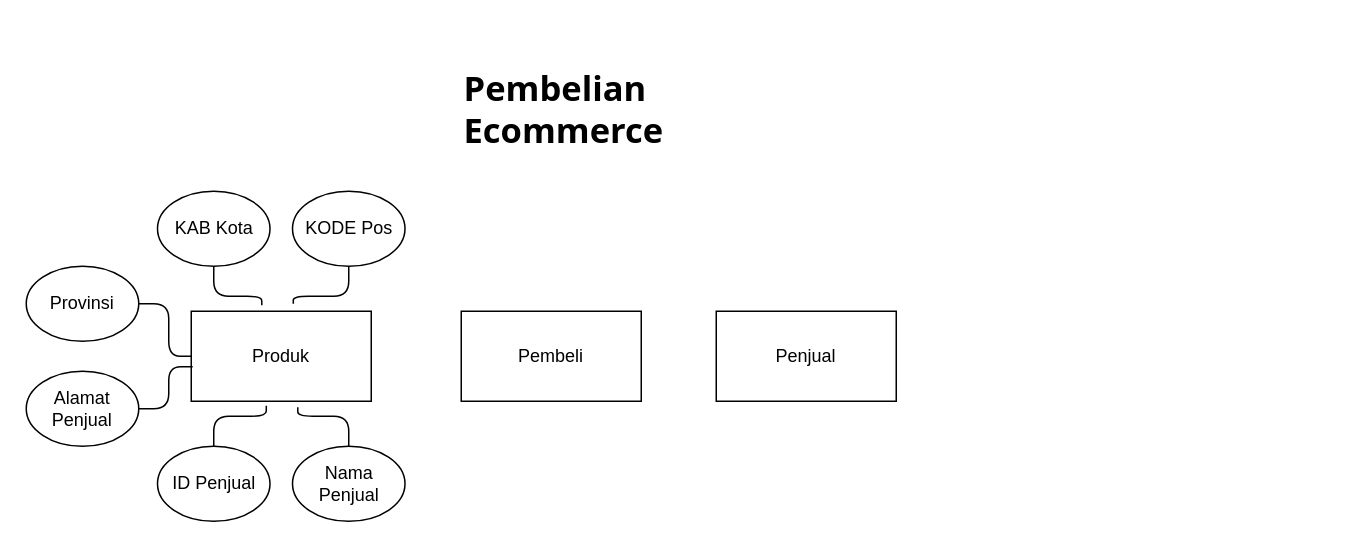
Before: Untitled Diagram.drawio in Virtue1040/TEST, a draw.io diagram. Source tidied: cells renumbered, new cells numbered last; positions are measured from the earlier drawing's top-left corner, leaving out a move shared by most shapes. Both pictures are drawn from the tidied source at 150%, with x=0, y=0 at pixel (26, 40).
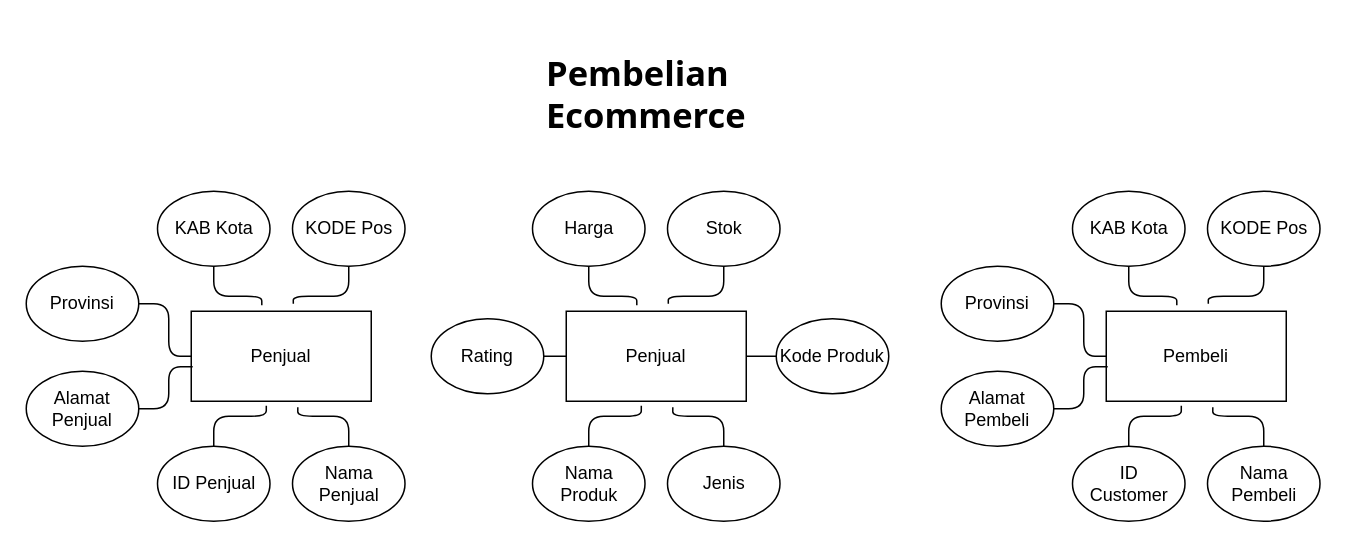
The same diagram, later.

Change to the diagram source:
```diff
@@
     <mxCell id="2" value="Pembelian Ecommerce" style="text;strokeColor=none;align=left;fillColor=none;html=1;verticalAlign=middle;whiteSpace=wrap;rounded=0;fontSize=23;fontFamily=Tahoma;fontStyle=1;" parent="1" vertex="1">
-      <mxGeometry x="290" width="220" height="90" as="geometry" />
+      <mxGeometry x="345" y="-10" width="220" height="90" as="geometry" />
     </mxCell>
-    <mxCell id="3" value="Produk" style="rounded=0;whiteSpace=wrap;html=1;" parent="1" vertex="1">
+    <mxCell id="3" value="Penjual" style="rounded=0;whiteSpace=wrap;html=1;" parent="1" vertex="1">
       <mxGeometry x="110" y="180" width="120" height="60" as="geometry" />
     </mxCell>
-    <mxCell id="4" value="Pembeli" style="rounded=0;whiteSpace=wrap;html=1;" parent="1" vertex="1">
-      <mxGeometry x="290" y="180" width="120" height="60" as="geometry" />
-    </mxCell>
-    <mxCell id="5" value="Penjual" style="rounded=0;whiteSpace=wrap;html=1;" parent="1" vertex="1">
-      <mxGeometry x="460" y="180" width="120" height="60" as="geometry" />
-    </mxCell>
@@
+    <mxCell id="5" value="Penjual" style="rounded=0;whiteSpace=wrap;html=1;" parent="1" vertex="1">
+      <mxGeometry x="360" y="180" width="120" height="60" as="geometry" />
+    </mxCell>
+    <mxCell id="18" value="Nama Produk" style="ellipse;whiteSpace=wrap;html=1;" parent="1" vertex="1">
+      <mxGeometry x="337.5" y="270" width="75" height="50" as="geometry" />
+    </mxCell>
+    <mxCell id="19" value="Jenis" style="ellipse;whiteSpace=wrap;html=1;" parent="1" vertex="1">
+      <mxGeometry x="427.5" y="270" width="75" height="50" as="geometry" />
+    </mxCell>
+    <mxCell id="20" style="edgeStyle=orthogonalEdgeStyle;rounded=1;jettySize=auto;html=1;endArrow=none;endFill=0;curved=0;" parent="1" edge="1" source="21" target="5">
+      <mxGeometry relative="1" as="geometry" />
+    </mxCell>
+    <mxCell id="21" value="Rating" style="ellipse;whiteSpace=wrap;html=1;" parent="1" vertex="1">
+      <mxGeometry x="270" y="185" width="75" height="50" as="geometry" />
+    </mxCell>
+    <mxCell id="22" value="Harga" style="ellipse;whiteSpace=wrap;html=1;" parent="1" vertex="1">
+      <mxGeometry x="337.5" y="100" width="75" height="50" as="geometry" />
+    </mxCell>
+    <mxCell id="23" value="Stok" style="ellipse;whiteSpace=wrap;html=1;" parent="1" vertex="1">
+      <mxGeometry x="427.5" y="100" width="75" height="50" as="geometry" />
+    </mxCell>
+    <mxCell id="24" style="edgeStyle=orthogonalEdgeStyle;rounded=1;jettySize=auto;html=1;exitX=0.5;exitY=1;exitDx=0;exitDy=0;entryX=0.392;entryY=-0.067;entryDx=0;entryDy=0;entryPerimeter=0;endArrow=none;endFill=0;curved=0;" parent="1" edge="1" source="22" target="5">
+      <mxGeometry relative="1" as="geometry" />
+    </mxCell>
+    <mxCell id="25" style="edgeStyle=orthogonalEdgeStyle;rounded=1;jettySize=auto;html=1;exitX=0.5;exitY=1;exitDx=0;exitDy=0;entryX=0.567;entryY=-0.083;entryDx=0;entryDy=0;entryPerimeter=0;endArrow=none;endFill=0;curved=0;" parent="1" edge="1" source="23" target="5">
+      <mxGeometry relative="1" as="geometry" />
+    </mxCell>
+    <mxCell id="26" style="edgeStyle=orthogonalEdgeStyle;rounded=1;jettySize=auto;html=1;exitX=0.5;exitY=0;exitDx=0;exitDy=0;entryX=0.592;entryY=1.067;entryDx=0;entryDy=0;entryPerimeter=0;endArrow=none;endFill=0;curved=0;" parent="1" edge="1" source="19" target="5">
+      <mxGeometry relative="1" as="geometry" />
+    </mxCell>
+    <mxCell id="27" style="edgeStyle=orthogonalEdgeStyle;rounded=1;jettySize=auto;html=1;exitX=0.5;exitY=0;exitDx=0;exitDy=0;entryX=0.417;entryY=1.05;entryDx=0;entryDy=0;entryPerimeter=0;endArrow=none;endFill=0;curved=0;" parent="1" edge="1" source="18" target="5">
+      <mxGeometry relative="1" as="geometry" />
+    </mxCell>
+    <mxCell id="28" style="edgeStyle=orthogonalEdgeStyle;rounded=1;jettySize=auto;html=1;exitX=0;exitY=0.5;exitDx=0;exitDy=0;entryX=1;entryY=0.5;entryDx=0;entryDy=0;endArrow=none;endFill=0;curved=0;" parent="1" edge="1" source="29" target="5">
+      <mxGeometry relative="1" as="geometry" />
+    </mxCell>
+    <mxCell id="29" value="Kode Produk" style="ellipse;whiteSpace=wrap;html=1;" parent="1" vertex="1">
+      <mxGeometry x="500" y="185" width="75" height="50" as="geometry" />
+    </mxCell>
+    <mxCell id="4" value="Pembeli" style="rounded=0;whiteSpace=wrap;html=1;" parent="1" vertex="1">
+      <mxGeometry x="720" y="180" width="120" height="60" as="geometry" />
+    </mxCell>
+    <mxCell id="30" value="ID &lt;br&gt;Customer" style="ellipse;whiteSpace=wrap;html=1;" parent="1" vertex="1">
+      <mxGeometry x="697.5" y="270" width="75" height="50" as="geometry" />
+    </mxCell>
+    <mxCell id="31" value="Nama Pembeli" style="ellipse;whiteSpace=wrap;html=1;" parent="1" vertex="1">
+      <mxGeometry x="787.5" y="270" width="75" height="50" as="geometry" />
+    </mxCell>
+    <mxCell id="32" value="Alamat Pembeli" style="ellipse;whiteSpace=wrap;html=1;" parent="1" vertex="1">
+      <mxGeometry x="610" y="220" width="75" height="50" as="geometry" />
+    </mxCell>
+    <mxCell id="33" style="edgeStyle=orthogonalEdgeStyle;rounded=1;jettySize=auto;html=1;endArrow=none;endFill=0;curved=0;" parent="1" edge="1" source="34" target="4">
+      <mxGeometry relative="1" as="geometry" />
+    </mxCell>
+    <mxCell id="34" value="Provinsi" style="ellipse;whiteSpace=wrap;html=1;" parent="1" vertex="1">
+      <mxGeometry x="610" y="150" width="75" height="50" as="geometry" />
+    </mxCell>
+    <mxCell id="35" value="KAB Kota" style="ellipse;whiteSpace=wrap;html=1;" parent="1" vertex="1">
+      <mxGeometry x="697.5" y="100" width="75" height="50" as="geometry" />
+    </mxCell>
+    <mxCell id="36" value="KODE Pos" style="ellipse;whiteSpace=wrap;html=1;" parent="1" vertex="1">
+      <mxGeometry x="787.5" y="100" width="75" height="50" as="geometry" />
+    </mxCell>
+    <mxCell id="37" style="edgeStyle=orthogonalEdgeStyle;rounded=1;jettySize=auto;html=1;entryX=0.008;entryY=0.617;entryDx=0;entryDy=0;entryPerimeter=0;endArrow=none;endFill=0;curved=0;" parent="1" edge="1" source="32" target="4">
+      <mxGeometry relative="1" as="geometry" />
+    </mxCell>
+    <mxCell id="38" style="edgeStyle=orthogonalEdgeStyle;rounded=1;jettySize=auto;html=1;exitX=0.5;exitY=1;exitDx=0;exitDy=0;entryX=0.392;entryY=-0.067;entryDx=0;entryDy=0;entryPerimeter=0;endArrow=none;endFill=0;curved=0;" parent="1" edge="1" source="35" target="4">
+      <mxGeometry relative="1" as="geometry" />
+    </mxCell>
+    <mxCell id="39" style="edgeStyle=orthogonalEdgeStyle;rounded=1;jettySize=auto;html=1;exitX=0.5;exitY=1;exitDx=0;exitDy=0;entryX=0.567;entryY=-0.083;entryDx=0;entryDy=0;entryPerimeter=0;endArrow=none;endFill=0;curved=0;" parent="1" edge="1" source="36" target="4">
+      <mxGeometry relative="1" as="geometry" />
+    </mxCell>
+    <mxCell id="40" style="edgeStyle=orthogonalEdgeStyle;rounded=1;jettySize=auto;html=1;exitX=0.5;exitY=0;exitDx=0;exitDy=0;entryX=0.592;entryY=1.067;entryDx=0;entryDy=0;entryPerimeter=0;endArrow=none;endFill=0;curved=0;" parent="1" edge="1" source="31" target="4">
+      <mxGeometry relative="1" as="geometry" />
+    </mxCell>
+    <mxCell id="41" style="edgeStyle=orthogonalEdgeStyle;rounded=1;jettySize=auto;html=1;exitX=0.5;exitY=0;exitDx=0;exitDy=0;entryX=0.417;entryY=1.05;entryDx=0;entryDy=0;entryPerimeter=0;endArrow=none;endFill=0;curved=0;" parent="1" edge="1" source="30" target="4">
+      <mxGeometry relative="1" as="geometry" />
+    </mxCell>
```
